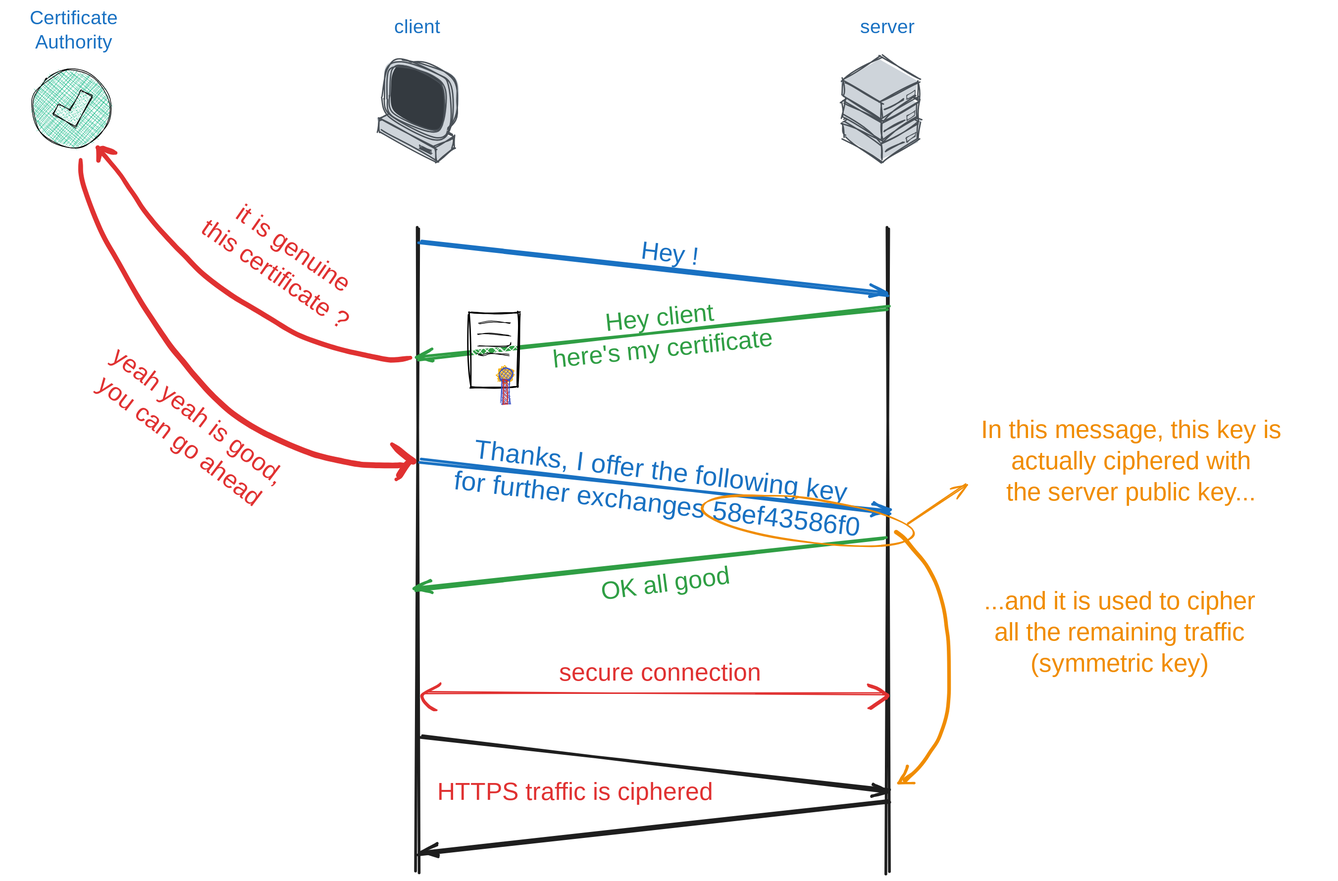
This is notebooks/media/timeline-tls.excalidraw.svg from ue22-p25/backend, a Excalidraw export, as it was before one commit. Source tidied: one line per element, renumbered; positions are measured from the earlier drawing's top-left corner, leaving out a move shared by most shapes.
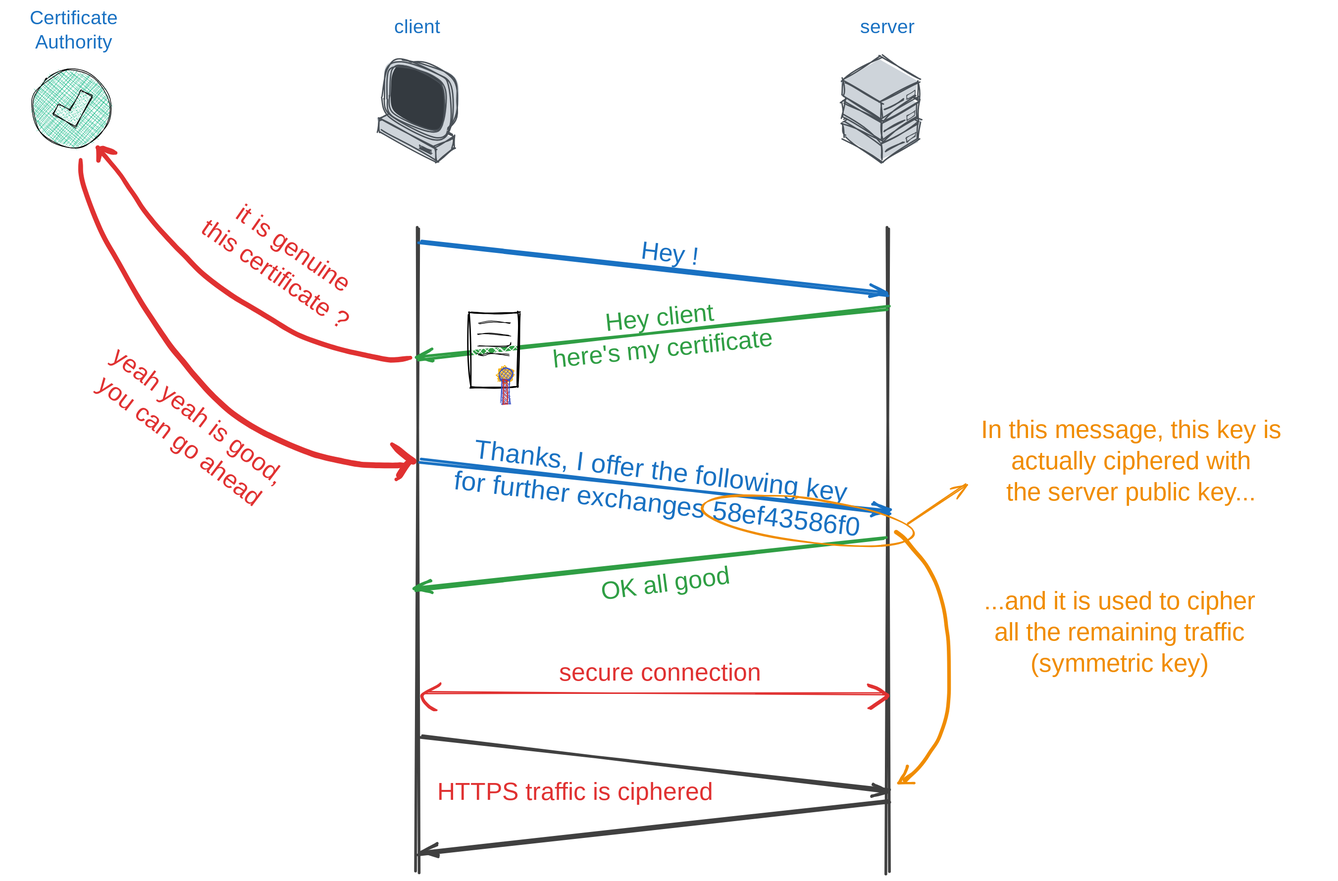
After the change.

Change to the diagram source:
```diff
@@ -1,4 +1,4 @@
-{"id": 0, "type": "line", "strokeColor": "#1e1e1e", "backgroundColor": "#e3fafc", "fillStyle": "cross-hatch", "strokeWidth": 4, "roughness": 2, "round": true, "x": 591, "y": 320, "width": 0, "height": 929, "points": [[0, 0], [0, 929]]}
+{"id": 0, "type": "line", "strokeColor": "#404040", "backgroundColor": "#e3fafc", "fillStyle": "cross-hatch", "strokeWidth": 4, "roughness": 2, "round": true, "x": 591, "y": 320, "width": 0, "height": 929, "points": [[0, 0], [0, 929]]}
 {"id": 1, "type": "ellipse", "strokeColor": "transparent", "strokeWidth": 1, "roughness": 2, "x": 527, "y": 69, "width": 129, "height": 156}
 {"id": 2, "type": "line", "strokeColor": "#495057", "backgroundColor": "#ced4da", "fillStyle": "solid", "strokeWidth": 2, "roughness": 2, "x": 536, "y": 162, "width": 108, "height": 74, "points": [[0, 0], [0, 19], [83, 61], [107, 44], [108, 25], [28, -13], [0, 0]]}
 {"id": 3, "type": "line", "strokeColor": "#495057", "backgroundColor": "#ced4da", "fillStyle": "solid", "strokeWidth": 2, "roughness": 2, "x": 538, "y": 162, "width": 104, "height": 42, "points": [[0, 0], [80, 42], [104, 24]]}
@@ -24,7 +24,7 @@
 {"id": 23, "type": "line", "strokeColor": "#495057", "backgroundColor": "#ced4da", "fillStyle": "solid", "strokeWidth": 2, "roughness": 2, "x": 1266, "y": 149, "width": 27, "height": 15, "points": [[0, 0], [27, -15]]}
 {"id": 24, "type": "line", "strokeColor": "#495057", "backgroundColor": "#ced4da", "fillStyle": "solid", "strokeWidth": 1, "roughness": 2, "x": 1298, "y": 128, "width": 12, "height": 13, "points": [[0, 0], [0, 6], [12, 0], [12, -7], [0, 0]]}
 {"id": 25, "type": "text", "text": "client", "strokeColor": "#1971c2", "backgroundColor": "#e3fafc", "fillStyle": "cross-hatch", "strokeWidth": 4, "roughness": 2, "fontSize": 28, "fontFamily": 5, "textAlign": "center", "x": 535, "y": 13, "width": 113, "height": 35}
-{"id": 26, "type": "line", "strokeColor": "#1e1e1e", "backgroundColor": "#e3fafc", "fillStyle": "cross-hatch", "strokeWidth": 4, "roughness": 2, "round": true, "x": 1270, "y": 320, "width": 0, "height": 929, "points": [[0, 0], [0, 929]]}
+{"id": 26, "type": "line", "strokeColor": "#404040", "backgroundColor": "#e3fafc", "fillStyle": "cross-hatch", "strokeWidth": 4, "roughness": 2, "round": true, "x": 1270, "y": 320, "width": 0, "height": 929, "points": [[0, 0], [0, 929]]}
 {"id": 27, "type": "text", "text": "server", "strokeColor": "#1971c2", "backgroundColor": "#e3fafc", "fillStyle": "cross-hatch", "strokeWidth": 4, "roughness": 2, "fontSize": 28, "fontFamily": 5, "textAlign": "center", "x": 1213, "y": 13, "width": 113, "height": 35}
 {"id": 28, "type": "ellipse", "strokeColor": "#000000", "backgroundColor": "#12b886", "fillStyle": "cross-hatch", "strokeWidth": 1, "roughness": 2, "x": 36, "y": 91, "width": 111, "height": 111}
 {"id": 29, "type": "line", "strokeColor": "#000000", "angle": 5.23, "backgroundColor": "#ffffff", "fillStyle": "cross-hatch", "strokeWidth": 1, "roughness": 2, "x": 86, "y": 124, "width": 50, "height": 37, "points": [[0, 0], [0, 19], [33, 19], [33, 37], [-17, 37], [-17, 0], [0, 0]]}
@@ -58,8 +58,8 @@
 {"id": 57, "type": "freedraw", "strokeColor": "#e03131", "backgroundColor": "#e3fafc", "fillStyle": "cross-hatch", "strokeWidth": 1, "roughness": 2, "x": 625, "y": 976, "width": 27, "height": 39, "points": [[0, 0], [-1, 1], [-1, 1], [-1, 1], [-1, 1], [-1, 1], [-1, 2], [-1, 2], [-1, 2], [-3, 4], [-5, 5], [-11, 8], [-16, 10], [-20, 12], [-23, 14], [-25, 15], [-27, 17], [-27, 17], [-27, 18], [-27, 18], [-27, 18], [-27, 18], [-27, 19], [-27, 20], [-26, 21], [-26, 22], [-25, 24], [-24, 26], [-22, 28], [-20, 31], [-16, 34], [-14, 36], [-11, 38], [-9, 38], [-7, 39], [-6, 39], [-5, 39], [-5, 39], [-5, 39]]}
 {"id": 58, "type": "freedraw", "strokeColor": "#e03131", "backgroundColor": "#e3fafc", "fillStyle": "cross-hatch", "strokeWidth": 1, "roughness": 2, "x": 1242, "y": 978, "width": 30, "height": 37, "points": [[0, 0], [-1, 0], [-1, 0], [-1, 0], [1, 2], [2, 2], [4, 3], [14, 6], [15, 6], [19, 9], [20, 9], [21, 11], [23, 12], [23, 12], [25, 14], [26, 14], [27, 14], [28, 15], [29, 16], [29, 16], [29, 16], [29, 16], [29, 16], [29, 16], [29, 17], [28, 18], [23, 21], [18, 24], [12, 29], [7, 32], [3, 35], [0, 37], [0, 37], [0, 36], [1, 34], [1, 34]]}
 {"id": 59, "type": "freedraw", "strokeColor": "#e03131", "backgroundColor": "#e3fafc", "fillStyle": "cross-hatch", "strokeWidth": 1, "roughness": 2, "x": 1268, "y": 998, "width": 0, "height": 0, "points": [[0, 0], [0, 0], [0, 0]]}
-{"id": 60, "type": "arrow", "strokeColor": "#1e1e1e", "backgroundColor": "#e3fafc", "fillStyle": "cross-hatch", "strokeWidth": 4, "roughness": 2, "endArrowhead": "arrow", "round": true, "x": 596, "y": 1054, "width": 676, "height": 75, "points": [[0, 0], [676, 75]]}
+{"id": 60, "type": "arrow", "strokeColor": "#404040", "backgroundColor": "#e3fafc", "fillStyle": "cross-hatch", "strokeWidth": 4, "roughness": 2, "endArrowhead": "arrow", "round": true, "x": 596, "y": 1054, "width": 676, "height": 75, "points": [[0, 0], [676, 75]]}
-{"id": 61, "type": "arrow", "strokeColor": "#1e1e1e", "backgroundColor": "#e3fafc", "fillStyle": "cross-hatch", "strokeWidth": 4, "roughness": 2, "endArrowhead": "arrow", "round": true, "x": 1273, "y": 1148, "width": 678, "height": 74, "points": [[0, 0], [-678, 74]]}
+{"id": 61, "type": "arrow", "strokeColor": "#404040", "backgroundColor": "#e3fafc", "fillStyle": "cross-hatch", "strokeWidth": 4, "roughness": 2, "endArrowhead": "arrow", "round": true, "x": 1273, "y": 1148, "width": 678, "height": 74, "points": [[0, 0], [-678, 74]]}
 {"id": 62, "type": "text", "text": "HTTPS traffic is ciphered", "strokeColor": "#e03131", "backgroundColor": "#e3fafc", "fillStyle": "cross-hatch", "strokeWidth": 2, "roughness": 2, "fontSize": 36, "fontFamily": 5, "x": 621, "y": 1113, "width": 466, "height": 45}
 {"id": 63, "type": "text", "text": "In this message, this key is\nactually ciphered with\nthe server public key...", "strokeColor": "#f08c00", "backgroundColor": "#e3fafc", "fillStyle": "cross-hatch", "strokeWidth": 4, "roughness": 2, "fontSize": 36.1, "fontFamily": 5, "textAlign": "center", "x": 1333, "y": 590, "width": 576, "height": 135}
 {"id": 64, "type": "text", "text": "...and it is used to cipher\nall the remaining traffic\n(symmetric key)", "strokeColor": "#f08c00", "backgroundColor": "#e3fafc", "fillStyle": "cross-hatch", "strokeWidth": 4, "roughness": 2, "fontSize": 36.1, "fontFamily": 5, "textAlign": "center", "x": 1380, "y": 838, "width": 451, "height": 135}
```
